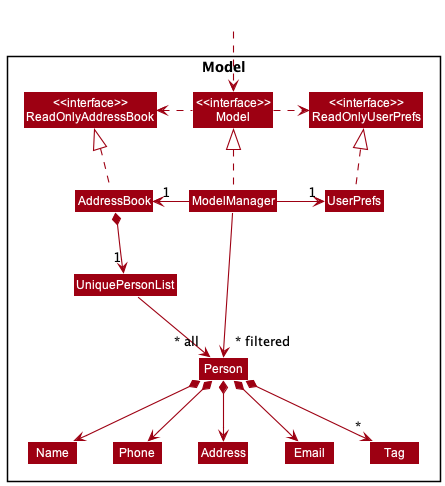
Earlier version of the PlantUML export docs/images/ModelClassDiagram.png (nus-cs2103-AY2223S1/tp).
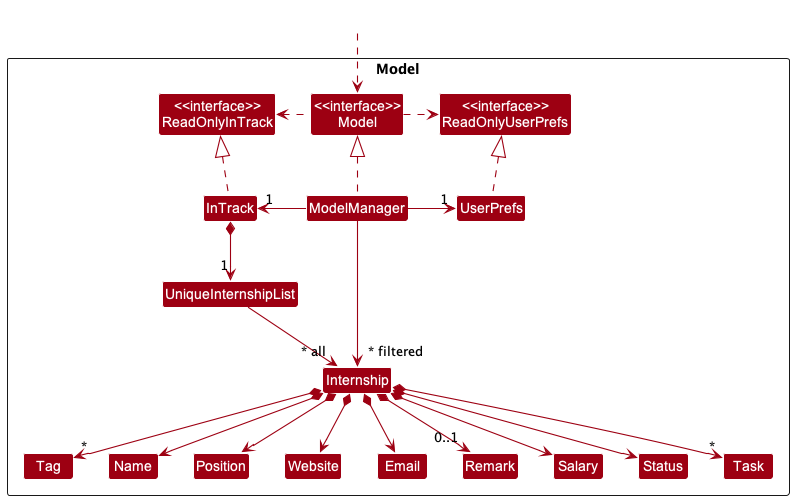
The same file after the commit.

Change to the diagram source:
```diff
@@ -5,46 +5,56 @@
 skinparam classBackgroundColor MODEL_COLOR
 
 Package Model <<Rectangle>>{
-Class "<<interface>>\nReadOnlyAddressBook" as ReadOnlyAddressBook
+Class "<<interface>>\nReadOnlyInTrack" as ReadOnlyInTrack
 Class "<<interface>>\nReadOnlyUserPrefs" as ReadOnlyUserPrefs
 Class "<<interface>>\nModel" as Model
-Class AddressBook
+Class InTrack
 Class ModelManager
 Class UserPrefs
 
-Class UniquePersonList
-Class Person
-Class Address
+Class UniqueInternshipList
+Class Internship
+Class Website
 Class Email
 Class Name
-Class Phone
+Class Position
 Class Tag
+Class Remark
+Class Salary
+Class Status
+Class Task
 
 }
 
 Class HiddenOutside #FFFFFF
 HiddenOutside ..> Model
 
-AddressBook .up.|> ReadOnlyAddressBook
+InTrack .up.|> ReadOnlyInTrack
 
 ModelManager .up.|> Model
 Model .right.> ReadOnlyUserPrefs
-Model .left.> ReadOnlyAddressBook
-ModelManager -left-> "1" AddressBook
+Model .left.> ReadOnlyInTrack
+ModelManager -left-> "1" InTrack
 ModelManager -right-> "1" UserPrefs
 UserPrefs .up.|> ReadOnlyUserPrefs
 
-AddressBook *--> "1" UniquePersonList
-UniquePersonList --> "~* all" Person
-Person *--> Name
-Person *--> Phone
-Person *--> Email
-Person *--> Address
-Person *--> "*" Tag
+InTrack *--> "1" UniqueInternshipList
+UniqueInternshipList --> "~* all" Internship
+Internship *--> Name
+Internship *--> Position
+Internship *--> Email
+Internship *--> Website
+Internship *--> "0..1" Remark
+Internship *--> Salary
+Internship *--> Status
+Internship *--> "*" Task
+Internship *--> "*" Tag
 
-Name -[hidden]right-> Phone
-Phone -[hidden]right-> Address
-Address -[hidden]right-> Email
+Name -[hidden]right-> Position
+Position -[hidden]right-> Website
+Website -[hidden]right-> Email
 
-ModelManager -->"~* filtered" Person
+UniqueInternshipList -[hidden]right-> Tag
+
+ModelManager -->"~* filtered" Internship
 @enduml
```
